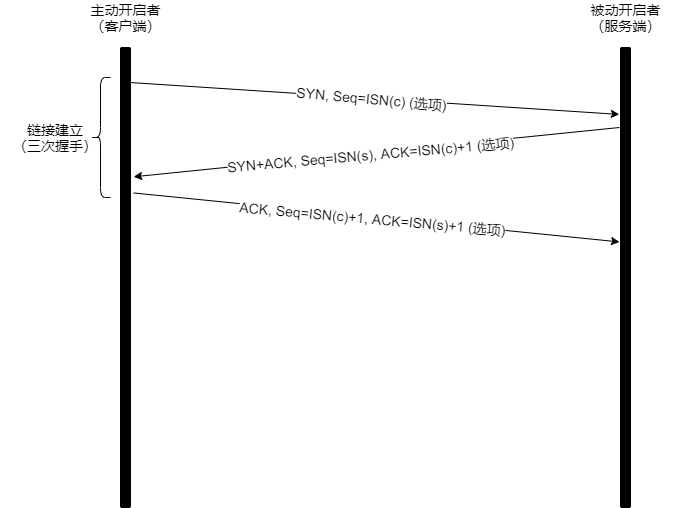
This is draw.io/network/普通TCP链接的建立和终止.png from qinjianmin/draw.io, a draw.io export, as it was before one commit. Source tidied: cells renumbered, new cells last; positions are measured from the earlier drawing's top-left corner, leaving out a move shared by most shapes.
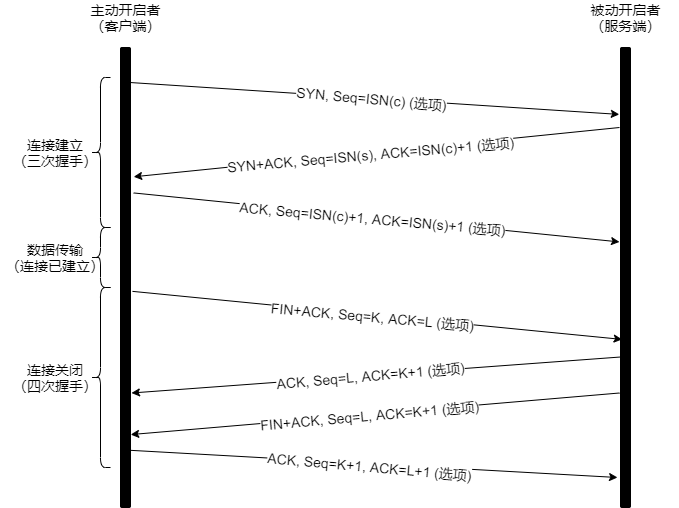
The same diagram one commit later.

Commit message:
Update 普通TCP链接的建立和终止.png

What changed in the source:
```diff
@@ -41,10 +41,56 @@
       </mxGeometry>
     </mxCell>
     <mxCell id="12" style="shape=curlyBracket;whiteSpace=wrap;html=1;rounded=1;fontSize=14;fillColor=#000000;verticalAlign=middle;" parent="1" vertex="1">
-      <mxGeometry x="90" y="70" width="20" height="120" as="geometry" />
+      <mxGeometry x="90" y="70" width="20" height="150" as="geometry" />
     </mxCell>
-    <mxCell id="13" value="链接建立&lt;br&gt;（三次握手）" style="text;html=1;strokeColor=none;fillColor=none;align=center;verticalAlign=middle;whiteSpace=wrap;rounded=0;fontSize=14;" parent="1" vertex="1">
-      <mxGeometry y="120" width="110" height="20" as="geometry" />
+    <mxCell id="13" value="连接建立&lt;br&gt;（三次握手）" style="text;html=1;strokeColor=none;fillColor=none;align=center;verticalAlign=middle;whiteSpace=wrap;rounded=0;fontSize=14;" parent="1" vertex="1">
+      <mxGeometry y="135" width="110" height="20" as="geometry" />
     </mxCell>
+    <mxCell id="14" style="endArrow=classic;html=1;fontSize=14;entryX=0.217;entryY=0.634;entryDx=0;entryDy=0;entryPerimeter=0;exitX=1.083;exitY=0.53;exitDx=0;exitDy=0;exitPerimeter=0;" parent="1" edge="1" source="2" target="4">
+      <mxGeometry relative="1" as="geometry" />
+    </mxCell>
+    <mxCell id="15" value="FIN+ACK, Seq=K, ACK=L (选项)" style="edgeLabel;html=1;align=center;verticalAlign=middle;fontSize=14;rotation=5;" parent="14" vertex="1">
+      <mxGeometry x="-0.19" y="-3" relative="1" as="geometry">
+        <mxPoint x="43" y="2" as="offset" />
+      </mxGeometry>
+    </mxCell>
+    <mxCell id="16" style="shape=curlyBracket;whiteSpace=wrap;html=1;rounded=1;" parent="1" vertex="1">
+      <mxGeometry x="90" y="220" width="20" height="60" as="geometry" />
+    </mxCell>
+    <mxCell id="17" value="数据传输&lt;br&gt;（连接已建立）" style="text;html=1;strokeColor=none;fillColor=none;align=center;verticalAlign=middle;whiteSpace=wrap;rounded=0;fontSize=14;" parent="1" vertex="1">
+      <mxGeometry y="240" width="110" height="20" as="geometry" />
+    </mxCell>
+    <mxCell id="18" style="endArrow=classic;html=1;fontSize=14;entryX=1;entryY=0.75;entryDx=0;entryDy=0;exitX=0.133;exitY=0.635;exitDx=0;exitDy=0;exitPerimeter=0;" parent="1" edge="1" source="4" target="2">
+      <mxGeometry relative="1" as="geometry" />
+    </mxCell>
+    <mxCell id="19" value="ACK, Seq=L, ACK=K+1 (选项)" style="edgeLabel;html=1;align=center;verticalAlign=middle;fontSize=14;horizontal=1;rotation=-5;" parent="18" vertex="1">
+      <mxGeometry x="0.28" y="1" relative="1" as="geometry">
+        <mxPoint x="62" y="-6" as="offset" />
+      </mxGeometry>
+    </mxCell>
+    <mxCell id="20" style="endArrow=classic;html=1;fontSize=14;entryX=0.933;entryY=0.84;entryDx=0;entryDy=0;entryPerimeter=0;exitX=0;exitY=0.75;exitDx=0;exitDy=0;" parent="1" edge="1" source="4" target="2">
+      <mxGeometry relative="1" as="geometry" />
+    </mxCell>
+    <mxCell id="21" value="FIN+ACK, Seq=L, ACK=K+1 (选项)" style="edgeLabel;html=1;align=center;verticalAlign=middle;fontSize=14;horizontal=1;rotation=-5;" parent="20" vertex="1">
+      <mxGeometry x="0.28" y="1" relative="1" as="geometry">
+        <mxPoint x="62" y="-6" as="offset" />
+      </mxGeometry>
+    </mxCell>
+    <mxCell id="22" style="endArrow=classic;html=1;fontSize=14;exitX=0.867;exitY=0.874;exitDx=0;exitDy=0;exitPerimeter=0;" parent="1" edge="1" source="2">
+      <mxGeometry relative="1" as="geometry">
+        <mxPoint x="617" y="470" as="targetPoint" />
+      </mxGeometry>
+    </mxCell>
+    <mxCell id="23" value="ACK, Seq=K+1, ACK=L+1 (选项)" style="edgeLabel;html=1;align=center;verticalAlign=middle;fontSize=14;rotation=5;" parent="22" vertex="1">
+      <mxGeometry x="-0.19" y="-3" relative="1" as="geometry">
+        <mxPoint x="43" y="2" as="offset" />
+      </mxGeometry>
+    </mxCell>
+    <mxCell id="24" value="连接关闭&lt;br&gt;（四次握手）" style="text;html=1;strokeColor=none;fillColor=none;align=center;verticalAlign=middle;whiteSpace=wrap;rounded=0;fontSize=14;" parent="1" vertex="1">
+      <mxGeometry y="360" width="110" height="20" as="geometry" />
+    </mxCell>
+    <mxCell id="25" style="shape=curlyBracket;whiteSpace=wrap;html=1;rounded=1;" parent="1" vertex="1">
+      <mxGeometry x="90" y="280" width="20" height="180" as="geometry" />
+    </mxCell>
   </root>
 </mxGraphModel>
```
